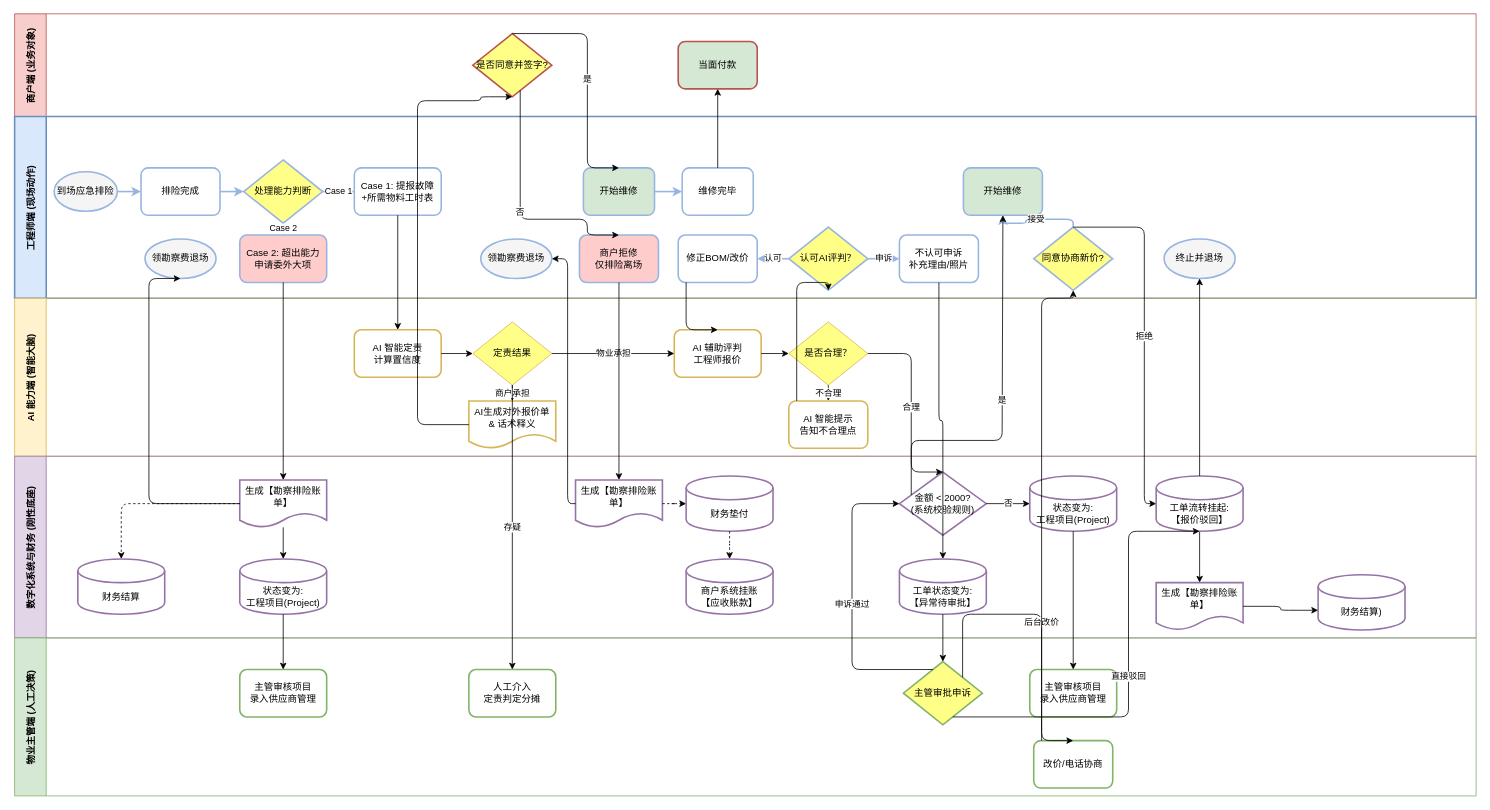
raspberry5442/ticket-system-diagram-documentation keeps this draw.io diagram as v3.drawio. Above is the earlier version. Source tidied: cells renumbered, new cells numbered last; positions are measured from the earlier drawing's top-left corner, leaving out a move shared by most shapes. Both pictures are drawn from the tidied source at 79%, with x=0, y=0 at pixel (14, 13).
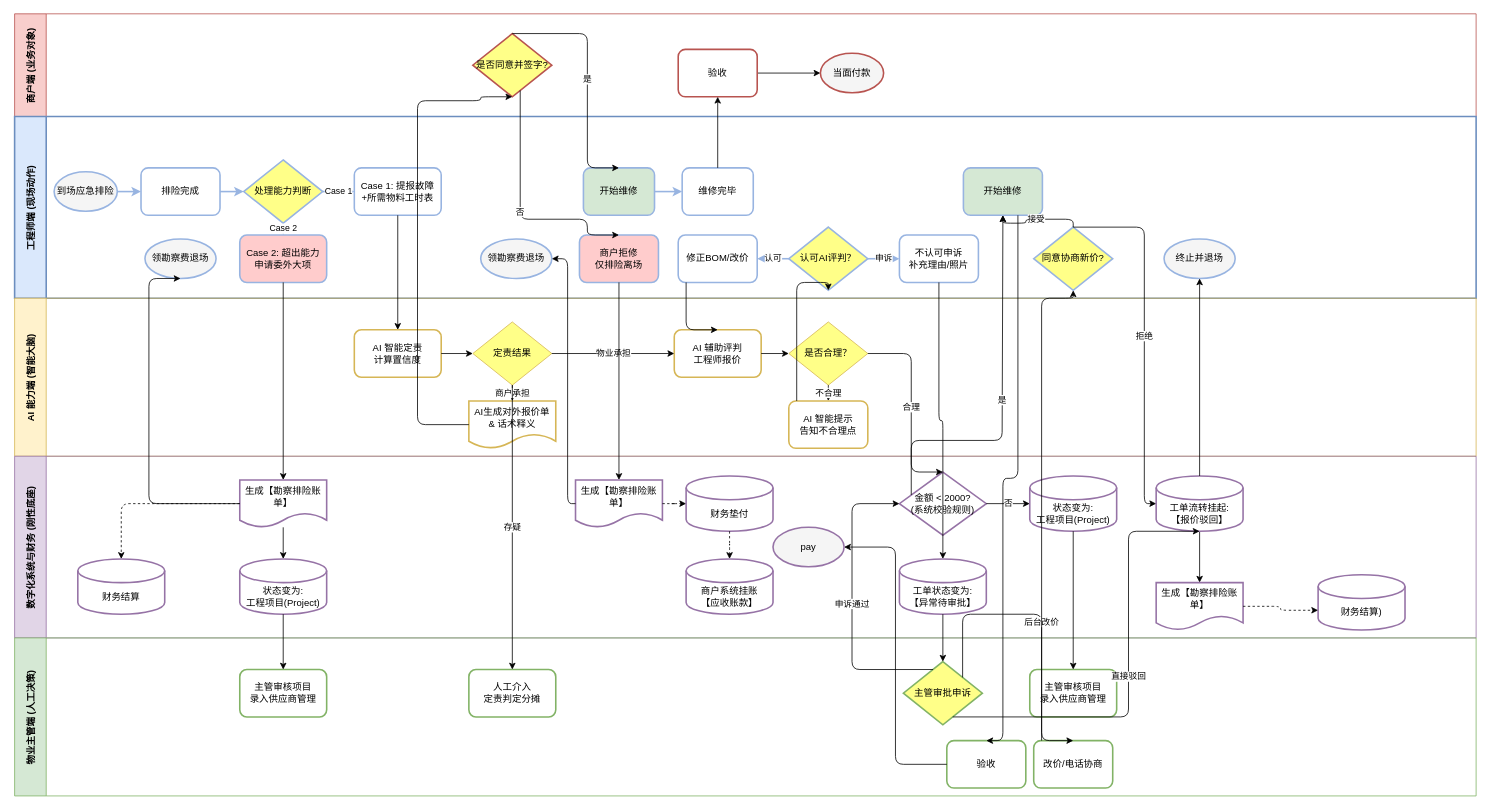
The same diagram, later.

The change refers to these unchanged cells:
```xml
<mxCell id="2" value="商户端 (业务对象)" style="swimlane;horizontal=0;startSize=40;fillColor=#f8cecc;strokeColor=#b85450;fontStyle=1;" parent="1" vertex="1">
  <mxGeometry width="1850" height="130" as="geometry" />
</mxCell>
<mxCell id="5" value="工程师端 (现场动作)" style="swimlane;horizontal=0;startSize=40;fillColor=#dae8fc;strokeColor=#6c8ebf;fontStyle=1;swimlaneFillColor=none;strokeWidth=2;" parent="1" vertex="1">
  <mxGeometry y="130" width="1850" height="230" as="geometry" />
</mxCell>
<mxCell id="13" value="维修完毕" style="rounded=1;whiteSpace=wrap;html=1;strokeWidth=2;strokeColor=light-dark(#98b4e1, #ededed);" parent="5" vertex="1">
  <mxGeometry x="845" y="65" width="90" height="60" as="geometry" />
</mxCell>
<mxCell id="18" value="开始维修" style="rounded=1;whiteSpace=wrap;html=1;fillColor=#d5e8d4;strokeWidth=2;strokeColor=light-dark(#98b4e1, #ededed);" parent="5" vertex="1">
  <mxGeometry x="1201" y="65" width="100" height="60" as="geometry" />
</mxCell>
<mxCell id="19" value="同意协商新价?" style="rhombus;whiteSpace=wrap;html=1;fillColor=#ffff88;strokeColor=light-dark(#98b4e1, #ededed);strokeWidth=2;" parent="5" vertex="1">
  <mxGeometry x="1290" y="140" width="100" height="80" as="geometry" />
</mxCell>
<mxCell id="42" value="数字化系统与财务 (刚性底座)" style="swimlane;horizontal=0;startSize=40;fillColor=#e1d5e7;strokeColor=#9673a6;fontStyle=1;" parent="1" vertex="1">
  <mxGeometry y="560" width="1850" height="230" as="geometry" />
</mxCell>
<mxCell id="56" value="生成【勘察排险账单】" style="shape=document;whiteSpace=wrap;html=1;boundedLbl=1;strokeColor=#9673A6;strokeWidth=2;" parent="42" vertex="1">
  <mxGeometry x="1445" y="160" width="110" height="60" as="geometry" />
</mxCell>
<mxCell id="57" value="财务结算)" style="shape=cylinder3;whiteSpace=wrap;html=1;boundedLbl=1;backgroundOutline=1;size=15;fillColor=#ffffff;strokeColor=#9673a6;strokeWidth=2;" parent="42" vertex="1">
  <mxGeometry x="1650" y="150" width="110" height="70" as="geometry" />
</mxCell>
<mxCell id="62" value="物业主管端 (人工决策)" style="swimlane;horizontal=0;startSize=40;fillColor=#d5e8d4;strokeColor=#82b366;fontStyle=1;" parent="1" vertex="1">
  <mxGeometry y="790" width="1850" height="200" as="geometry" />
</mxCell>
```

What changed in the source:
```diff
@@
+    <mxCell id="92" style="edgeStyle=orthogonalEdgeStyle;rounded=1;jettySize=auto;html=1;entryX=0;entryY=0.5;entryDx=0;entryDy=0;curved=0;" parent="2" edge="1" source="93" target="4">
+      <mxGeometry relative="1" as="geometry" />
+    </mxCell>
+    <mxCell id="93" value="验收" style="rounded=1;whiteSpace=wrap;html=1;fillColor=#FFFFFF;strokeWidth=2;strokeColor=light-dark(#b85450, #6d5100);" parent="2" vertex="1">
+      <mxGeometry x="840" y="45" width="100" height="60" as="geometry" />
+    </mxCell>
-    <mxCell id="4" value="当面付款" style="rounded=1;whiteSpace=wrap;html=1;fillColor=#d5e8d4;strokeWidth=2;strokeColor=light-dark(#b85450, #6d5100);" parent="2" vertex="1">
-      <mxGeometry x="840" y="35" width="100" height="60" as="geometry" />
+    <mxCell id="4" value="当面付款" style="ellipse;whiteSpace=wrap;html=1;fillColor=#f5f5f5;strokeColor=light-dark(#B85450,#EDEDED);strokeWidth=2;" parent="2" vertex="1">
+      <mxGeometry x="1020" y="50" width="80" height="50" as="geometry" />
     </mxCell>
@@
-    <mxCell id="28" value="接受" style="edgeStyle=orthogonalEdgeStyle;rounded=1;html=1;entryX=0.5;entryY=1;strokeWidth=2;strokeColor=light-dark(#98b4e1, #ededed);" parent="5" edge="1" source="19" target="18">
+    <mxCell id="28" value="接受" style="edgeStyle=orthogonalEdgeStyle;rounded=1;html=1;entryX=0.5;entryY=1;strokeWidth=1;strokeColor=default;" parent="5" edge="1" source="19" target="18">
       <mxGeometry relative="1" as="geometry" />
     </mxCell>
@@
-    <mxCell id="58" style="edgeStyle=orthogonalEdgeStyle;rounded=1;jettySize=auto;html=1;entryX=0;entryY=0;entryDx=0;entryDy=45;entryPerimeter=0;curved=0;" parent="42" edge="1" source="56" target="57">
+    <mxCell id="58" style="edgeStyle=orthogonalEdgeStyle;rounded=1;jettySize=auto;html=1;entryX=0;entryY=0;entryDx=0;entryDy=45;entryPerimeter=0;curved=0;dashed=1;" parent="42" edge="1" source="56" target="57">
       <mxGeometry relative="1" as="geometry" />
     </mxCell>
@@
+    <mxCell id="94" value="pay" style="ellipse;whiteSpace=wrap;html=1;fillColor=#f5f5f5;strokeColor=light-dark(#9673A6,#EDEDED);strokeWidth=2;" parent="42" vertex="1">
+      <mxGeometry x="960" y="90" width="90" height="50" as="geometry" />
+    </mxCell>
@@
-    <mxCell id="67" value="改价/电话协商" style="rounded=1;whiteSpace=wrap;html=1;fillColor=#ffffff;strokeColor=#82b366;strokeWidth=2;" parent="62" vertex="1">
+    <mxCell id="67" value="改价/电话协商" style="rounded=1;whiteSpace=wrap;html=1;fillColor=#ffffff;strokeColor=#82b366;strokeWidth=2;gradientColor=none;" parent="62" vertex="1">
       <mxGeometry x="1290" y="130" width="100" height="60" as="geometry" />
     </mxCell>
@@
+    <mxCell id="95" value="验收" style="rounded=1;whiteSpace=wrap;html=1;strokeWidth=2;strokeColor=light-dark(#82b366, #ededed);" parent="62" vertex="1">
+      <mxGeometry x="1180" y="130" width="100" height="60" as="geometry" />
+    </mxCell>
@@
-    <mxCell id="76" style="edgeStyle=orthogonalEdgeStyle;rounded=1;html=1;entryX=0.5;entryY=1;" parent="1" edge="1" source="13" target="4">
-      <mxGeometry relative="1" as="geometry" />
-    </mxCell>
@@
+    <mxCell id="96" style="edgeStyle=orthogonalEdgeStyle;rounded=1;jettySize=auto;html=1;entryX=0.5;entryY=1;entryDx=0;entryDy=0;curved=0;" parent="1" edge="1" source="13" target="93">
+      <mxGeometry relative="1" as="geometry" />
+    </mxCell>
+    <mxCell id="97" style="edgeStyle=orthogonalEdgeStyle;rounded=1;jettySize=auto;html=1;entryX=0.5;entryY=0;entryDx=0;entryDy=0;curved=0;" parent="1" edge="1" source="18" target="95">
+      <mxGeometry relative="1" as="geometry">
+        <Array as="points">
+          <mxPoint x="1270" y="588" />
+          <mxPoint x="1251" y="588" />
+          <mxPoint x="1251" y="920" />
+        </Array>
+      </mxGeometry>
+    </mxCell>
+    <mxCell id="98" style="edgeStyle=orthogonalEdgeStyle;rounded=1;jettySize=auto;html=1;entryX=1;entryY=0.5;entryDx=0;entryDy=0;curved=0;" parent="1" edge="1" source="95" target="94">
+      <mxGeometry relative="1" as="geometry" />
+    </mxCell>
```
